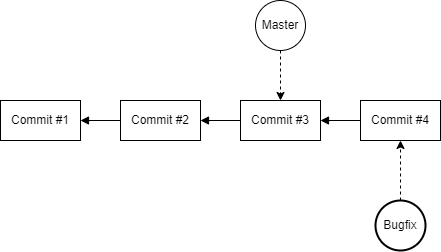
This is Assets/images/git-branch-change-bugfix.png from braboj/tutorial-git, a draw.io export, as it was before one commit. Source tidied: cells renumbered, new cells last; positions are measured from the earlier drawing's top-left corner, leaving out a move shared by most shapes.
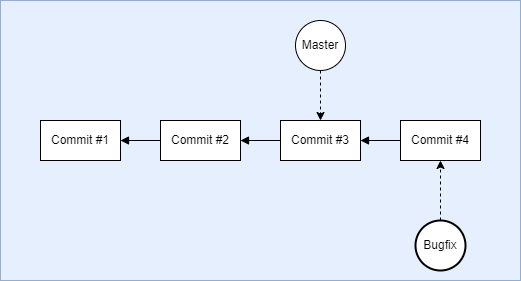
The same file after the commit.

The edit, as a diff of the source:
```diff
@@ -1,7 +1,10 @@
-<mxGraphModel>
+<mxGraphModel background="#ffffff">
   <root>
     <mxCell id="0" />
     <mxCell id="1" parent="0" />
+    <mxCell id="13" style="rounded=0;whiteSpace=wrap;html=1;sketch=0;fillStyle=hachure;fillColor=#dae8fc;strokeColor=#6c8ebf;opacity=70;" parent="1" vertex="1">
+      <mxGeometry x="-40" y="-20" width="520" height="280" as="geometry" />
+    </mxCell>
     <mxCell id="2" style="edgeStyle=orthogonalEdgeStyle;rounded=0;jettySize=auto;html=1;entryX=0;entryY=0.5;entryDx=0;entryDy=0;startArrow=block;startFill=1;endArrow=none;endFill=0;" parent="1" edge="1" source="3" target="5">
       <mxGeometry relative="1" as="geometry" />
     </mxCell>
```
